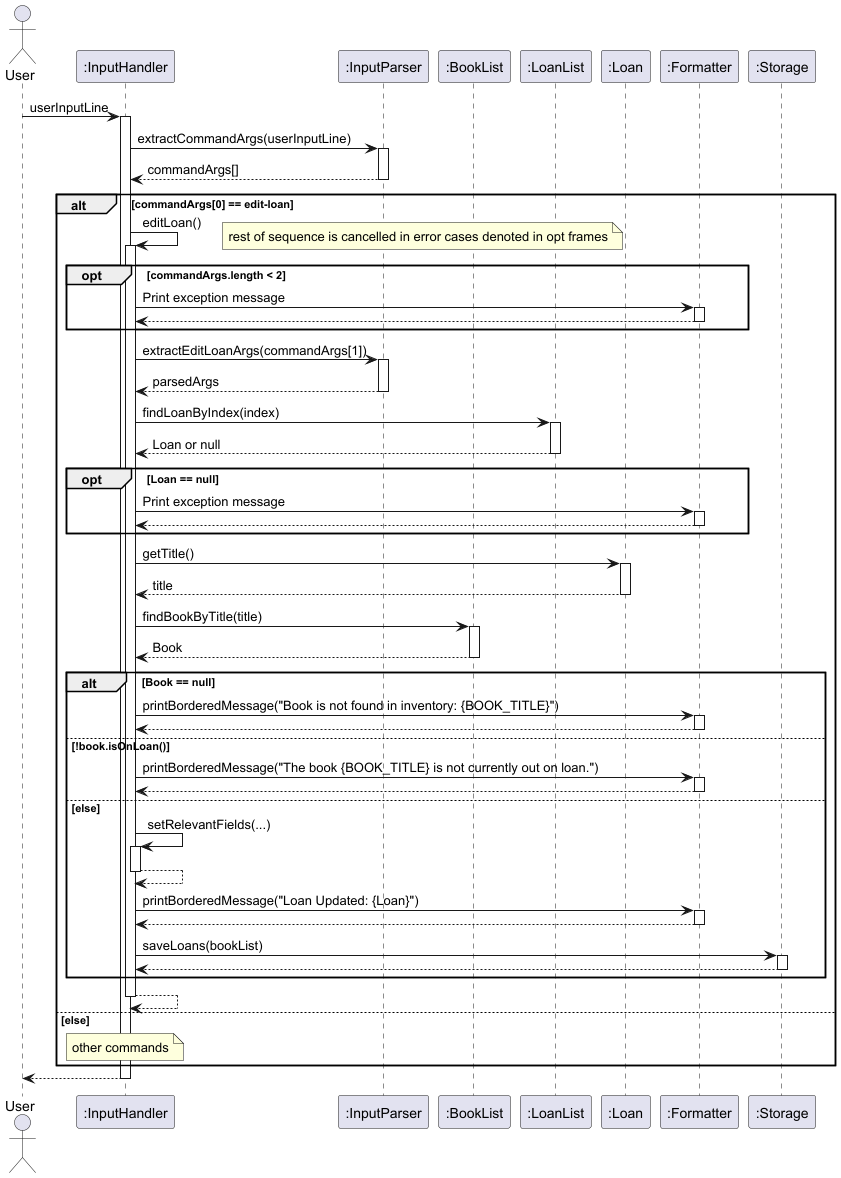
This is docs/images/editLoan.png from AY2425S2-CS2113-T12-2/tp, a PlantUML export, as it was before one commit.
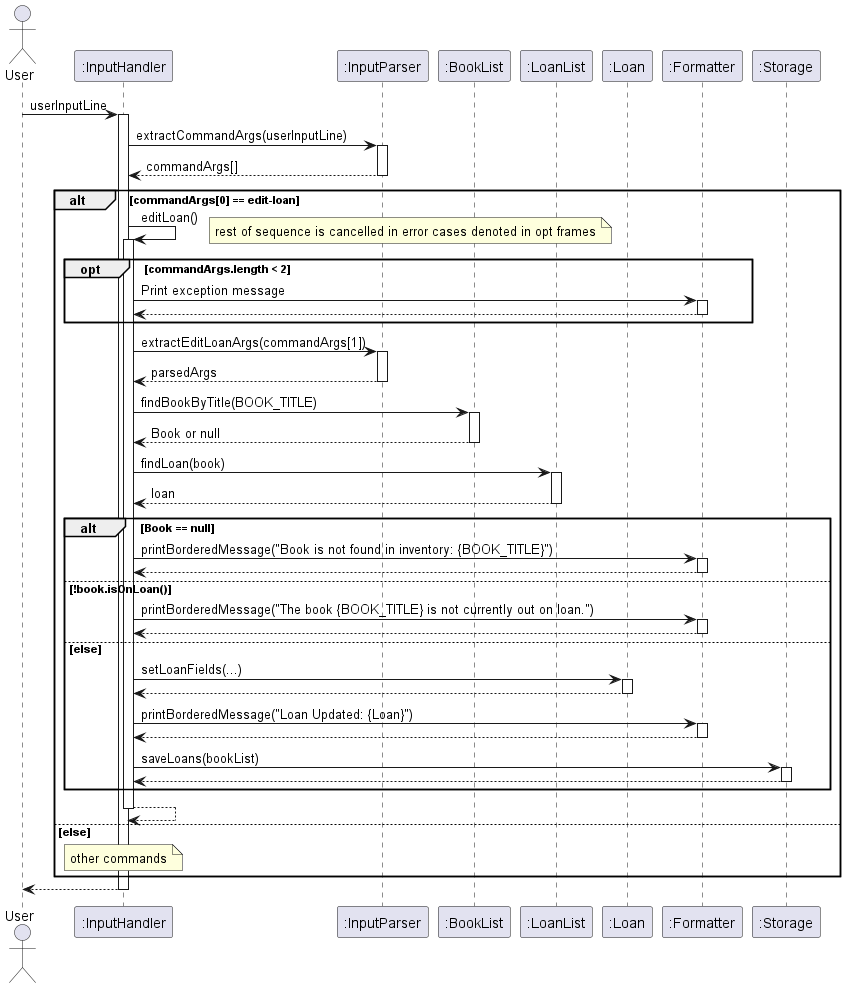
After the commit.

Change to the diagram source:
```diff
@@ -30,34 +30,24 @@
         Formatter --> InputHandler
         deactivate Formatter
     end
+
     InputHandler -> InputParser: extractEditLoanArgs(commandArgs[1])
     activate InputParser
 
     InputParser --> InputHandler: parsedArgs
     deactivate InputParser
 
-    InputHandler -> LoanList: findLoanByIndex(index)
+    InputHandler -> BookList: findBookByTitle(BOOK_TITLE)
+    activate BookList
+
+    BookList --> InputHandler: Book or null
+    deactivate BookList
+
+    InputHandler -> LoanList: findLoan(book)
     activate LoanList
 
-    LoanList --> InputHandler: Loan or null
+    LoanList --> InputHandler: loan
     deactivate LoanList
-    opt Loan == null
-    InputHandler -> Formatter: Print exception message
-    activate Formatter
-    Formatter --> InputHandler
-    deactivate Formatter
-    end
-    InputHandler -> Loan: getTitle()
-    activate Loan
-
-    Loan --> InputHandler: title
-    deactivate Loan
-
-    InputHandler -> BookList: findBookByTitle(title)
-    activate BookList
-
-    BookList --> InputHandler: Book
-    deactivate BookList
 
         alt Book == null
             InputHandler -> Formatter: printBorderedMessage("Book is not found in inventory: {BOOK_TITLE}")
@@ -72,10 +62,10 @@
             deactivate Formatter
 
         else else
-            InputHandler -> InputHandler : setRelevantFields(...)
-            activate InputHandler
-            InputHandler --> InputHandler
-            deactivate InputHandler
+            InputHandler -> Loan : setLoanFields(...)
+            activate Loan
+            Loan --> InputHandler
+            deactivate Loan
 
             InputHandler -> Formatter: printBorderedMessage("Loan Updated: {Loan}")
             activate Formatter
```
